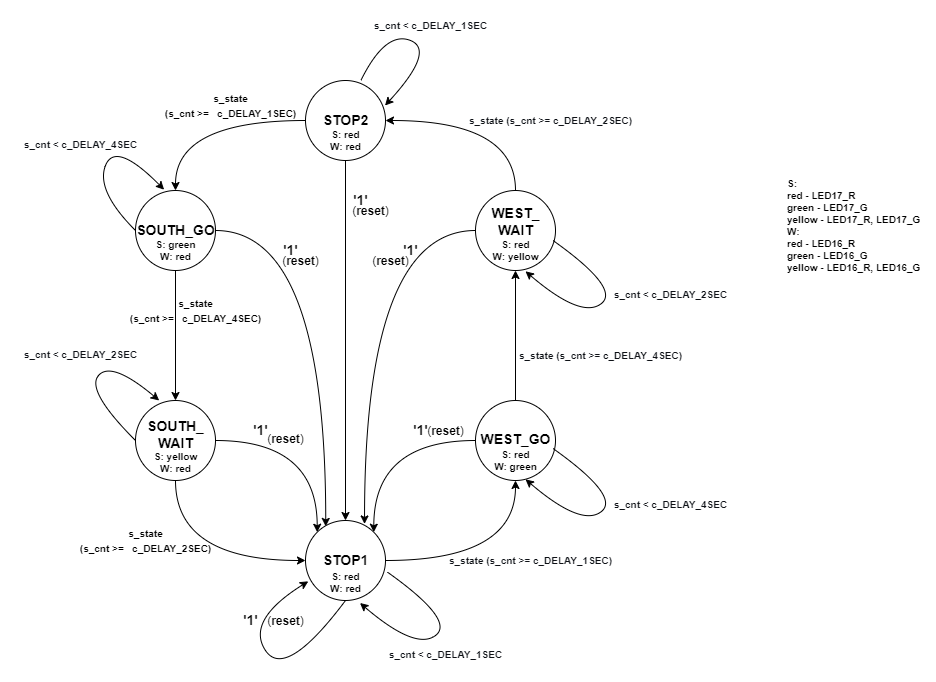
This is labs/08-traffic_lights/images/diagram.png from Marxs31/digital-electronics-1, a draw.io export, as it was before one commit. Source tidied: cells renumbered, new cells last; positions are measured from the earlier drawing's top-left corner, leaving out a move shared by most shapes.
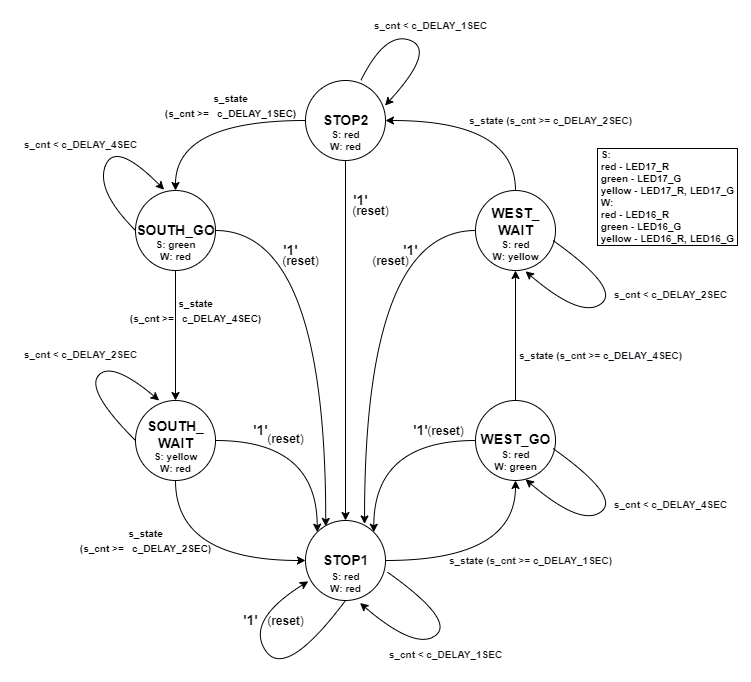
After the change.

What changed in the source:
```diff
@@ -222,8 +222,8 @@
     <mxCell id="61" value="&lt;b&gt;S: yellow&lt;br&gt;W: red&lt;/b&gt;" style="text;html=1;align=center;verticalAlign=middle;strokeColor=none;fillColor=none;fontSize=10;fontFamily=Helvetica;" parent="1" vertex="1">
       <mxGeometry x="145" y="447" width="60" height="30" as="geometry" />
     </mxCell>
-    <mxCell id="62" value="&lt;b&gt;S:&lt;br&gt;&lt;div&gt;&lt;b&gt;red - LED17_R&lt;/b&gt;&lt;/div&gt;green&amp;nbsp;&lt;/b&gt;&lt;b&gt;- LED17_G&lt;/b&gt;&lt;b&gt;&lt;br&gt;yellow&amp;nbsp;&lt;/b&gt;&lt;b&gt;- LED17_R,&amp;nbsp;&lt;/b&gt;&lt;b&gt;LED17_G&lt;/b&gt;&lt;b&gt;&lt;br&gt;W: &lt;br&gt;red&amp;nbsp;&lt;/b&gt;&lt;b&gt;- LED16_R&lt;/b&gt;&lt;b&gt;&lt;br&gt;green&amp;nbsp;&lt;/b&gt;&lt;b&gt;- LED16_G&lt;/b&gt;&lt;b&gt;&lt;br&gt;yellow&amp;nbsp;&lt;/b&gt;&lt;b&gt;- LED16_R,&amp;nbsp;&lt;/b&gt;&lt;b&gt;LED16_G&lt;/b&gt;&lt;b&gt;&lt;br&gt;&lt;/b&gt;" style="text;html=1;align=left;verticalAlign=middle;strokeColor=none;fillColor=none;fontSize=10;fontFamily=Helvetica;" parent="1" vertex="1">
-      <mxGeometry x="785" y="175" width="150" height="100" as="geometry" />
+    <mxCell id="62" value="&lt;b&gt;&amp;nbsp;S:&lt;br&gt;&lt;div&gt;&lt;b&gt;&amp;nbsp;red - LED17_R&lt;/b&gt;&lt;/div&gt;&amp;nbsp;green&amp;nbsp;&lt;/b&gt;&lt;b&gt;- LED17_G&lt;/b&gt;&lt;b&gt;&lt;br&gt;&amp;nbsp;yellow&amp;nbsp;&lt;/b&gt;&lt;b&gt;- LED17_R,&amp;nbsp;&lt;/b&gt;&lt;b&gt;LED17_G&amp;nbsp;&lt;/b&gt;&lt;b&gt;&lt;br&gt;&amp;nbsp;W: &lt;br&gt;&amp;nbsp;red&amp;nbsp;&lt;/b&gt;&lt;b&gt;- LED16_R&lt;/b&gt;&lt;b&gt;&lt;br&gt;&amp;nbsp;green&amp;nbsp;&lt;/b&gt;&lt;b&gt;- LED16_G&lt;/b&gt;&lt;b&gt;&lt;br&gt;&amp;nbsp;yellow&amp;nbsp;&lt;/b&gt;&lt;b&gt;- LED16_R,&amp;nbsp;&lt;/b&gt;&lt;b&gt;LED16_G&lt;/b&gt;&lt;b&gt;&lt;br&gt;&lt;/b&gt;" style="text;html=1;align=left;verticalAlign=middle;strokeColor=none;fillColor=none;fontSize=10;fontFamily=Helvetica;labelBorderColor=default;spacingTop=1;" parent="1" vertex="1">
+      <mxGeometry x="595" y="145" width="150" height="100" as="geometry" />
     </mxCell>
   </root>
 </mxGraphModel>
```
